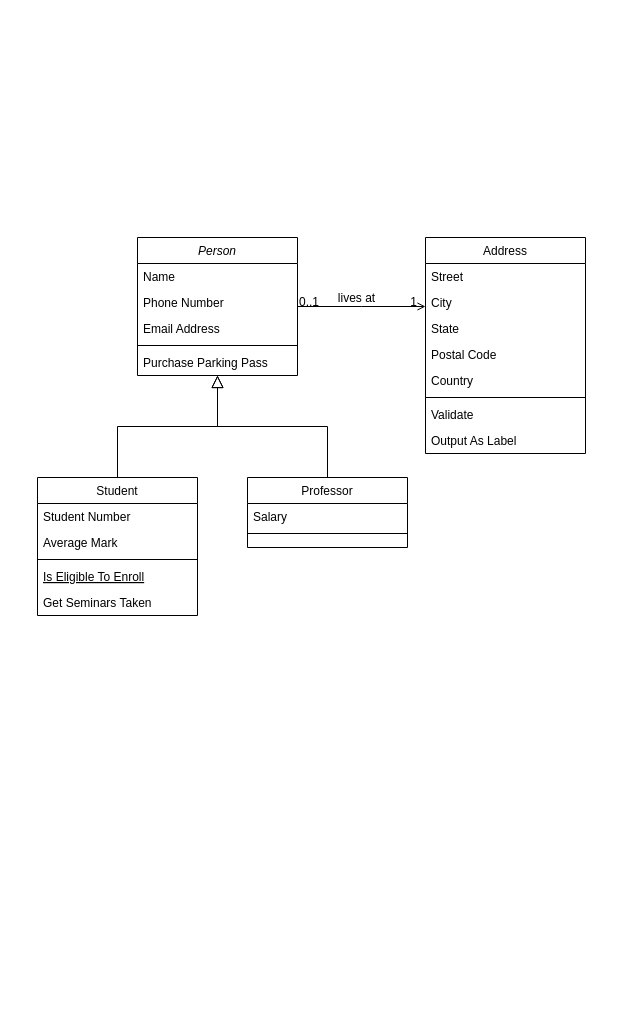
Earlier version of the draw.io diagram Диаграмма без названия.drawio (DaniilStelmak/tz3). Source tidied: cells renumbered, new cells numbered last; positions are measured from the earlier drawing's top-left corner, leaving out a move shared by most shapes. Both pictures are drawn from the tidied source at 100%, with x=0, y=0 at pixel (37, 237).
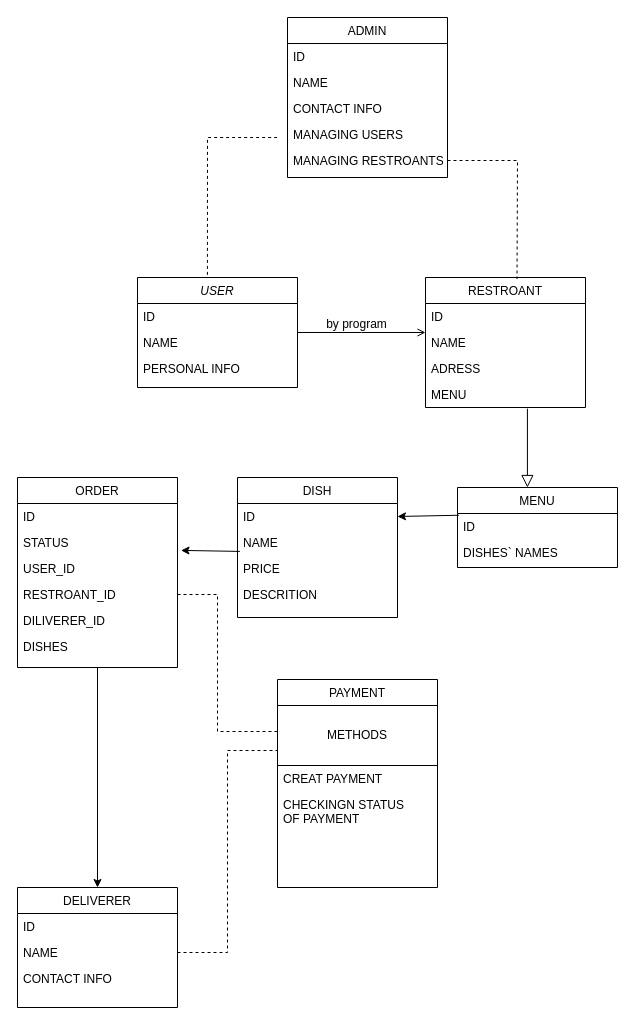
The same page after the edit.

The change refers to these unchanged cells:
```xml
<mxCell id="28" style="endArrow=open;shadow=0;strokeWidth=1;rounded=0;curved=0;endFill=1;edgeStyle=elbowEdgeStyle;elbow=vertical;" parent="1" edge="1" source="2" target="19">
  <mxGeometry x="0.5" y="41" relative="1" as="geometry">
    <mxPoint x="-40" y="32" as="offset" />
  </mxGeometry>
</mxCell>
```

Change to the diagram source:
```diff
@@
-    <mxCell id="2" value="Person" style="swimlane;fontStyle=2;align=center;verticalAlign=top;horizontal=1;startSize=26;rounded=0;shadow=0;strokeWidth=1;" parent="1" vertex="1">
-      <mxGeometry x="100" width="160" height="138" as="geometry" />
+    <mxCell id="2" value="USER" style="swimlane;fontStyle=2;align=center;verticalAlign=top;horizontal=1;startSize=26;rounded=0;shadow=0;strokeWidth=1;" parent="1" vertex="1">
+      <mxGeometry x="100" y="40" width="160" height="110" as="geometry" />
     </mxCell>
-    <mxCell id="3" value="Name" style="text;align=left;verticalAlign=top;spacingLeft=4;spacingRight=4;overflow=hidden;" parent="2" vertex="1">
+    <mxCell id="3" value="ID" style="text;align=left;verticalAlign=top;spacingLeft=4;spacingRight=4;overflow=hidden;" parent="2" vertex="1">
       <mxGeometry y="26" width="160" height="26" as="geometry" />
     </mxCell>
-    <mxCell id="4" value="Phone Number" style="text;align=left;verticalAlign=top;spacingLeft=4;spacingRight=4;overflow=hidden;rounded=0;shadow=0;html=0;" parent="2" vertex="1">
+    <mxCell id="4" value="NAME" style="text;align=left;verticalAlign=top;spacingLeft=4;spacingRight=4;overflow=hidden;rounded=0;shadow=0;html=0;" parent="2" vertex="1">
       <mxGeometry y="52" width="160" height="26" as="geometry" />
     </mxCell>
-    <mxCell id="5" value="Email Address" style="text;align=left;verticalAlign=top;spacingLeft=4;spacingRight=4;overflow=hidden;rounded=0;shadow=0;html=0;" parent="2" vertex="1">
+    <mxCell id="5" value="PERSONAL INFO" style="text;align=left;verticalAlign=top;spacingLeft=4;spacingRight=4;overflow=hidden;rounded=0;shadow=0;html=0;" parent="2" vertex="1">
       <mxGeometry y="78" width="160" height="26" as="geometry" />
     </mxCell>
-    <mxCell id="6" style="line;html=1;strokeWidth=1;align=left;verticalAlign=middle;spacingTop=-1;spacingLeft=3;spacingRight=3;labelPosition=right;" parent="2" vertex="1">
-      <mxGeometry y="104" width="160" height="8" as="geometry" />
-    </mxCell>
-    <mxCell id="7" value="Purchase Parking Pass" style="text;align=left;verticalAlign=top;spacingLeft=4;spacingRight=4;overflow=hidden;" parent="2" vertex="1">
-      <mxGeometry y="112" width="160" height="26" as="geometry" />
-    </mxCell>
-    <mxCell id="8" value="Student" style="swimlane;fontStyle=0;align=center;verticalAlign=top;horizontal=1;startSize=26;rounded=0;shadow=0;strokeWidth=1;" parent="1" vertex="1">
-      <mxGeometry y="240" width="160" height="138" as="geometry" />
+    <mxCell id="8" value="MENU" style="swimlane;fontStyle=0;align=center;verticalAlign=top;horizontal=1;startSize=26;rounded=0;shadow=0;strokeWidth=1;" parent="1" vertex="1">
+      <mxGeometry x="420" y="250" width="160" height="80" as="geometry" />
     </mxCell>
-    <mxCell id="9" value="Student Number" style="text;align=left;verticalAlign=top;spacingLeft=4;spacingRight=4;overflow=hidden;points=[[0,0.5],[1,0.5]];portConstraint=eastwest;" parent="8" vertex="1">
+    <mxCell id="9" value="ID" style="text;align=left;verticalAlign=top;spacingLeft=4;spacingRight=4;overflow=hidden;points=[[0,0.5],[1,0.5]];portConstraint=eastwest;" parent="8" vertex="1">
       <mxGeometry y="26" width="160" height="26" as="geometry" />
     </mxCell>
-    <mxCell id="10" value="Average Mark" style="text;align=left;verticalAlign=top;spacingLeft=4;spacingRight=4;overflow=hidden;rounded=0;shadow=0;html=0;" parent="8" vertex="1">
+    <mxCell id="10" value="DISHES` NAMES" style="text;align=left;verticalAlign=top;spacingLeft=4;spacingRight=4;overflow=hidden;rounded=0;shadow=0;html=0;" parent="8" vertex="1">
       <mxGeometry y="52" width="160" height="26" as="geometry" />
     </mxCell>
-    <mxCell id="11" style="line;html=1;strokeWidth=1;align=left;verticalAlign=middle;spacingTop=-1;spacingLeft=3;spacingRight=3;labelPosition=right;" parent="8" vertex="1">
-      <mxGeometry y="78" width="160" height="8" as="geometry" />
-    </mxCell>
-    <mxCell id="12" value="Is Eligible To Enroll" style="text;align=left;verticalAlign=top;spacingLeft=4;spacingRight=4;overflow=hidden;fontStyle=4;" parent="8" vertex="1">
-      <mxGeometry y="86" width="160" height="26" as="geometry" />
-    </mxCell>
-    <mxCell id="13" value="Get Seminars Taken" style="text;align=left;verticalAlign=top;spacingLeft=4;spacingRight=4;overflow=hidden;" parent="8" vertex="1">
-      <mxGeometry y="112" width="160" height="26" as="geometry" />
-    </mxCell>
-    <mxCell id="14" style="endArrow=block;endSize=10;endFill=0;shadow=0;strokeWidth=1;rounded=0;curved=0;edgeStyle=elbowEdgeStyle;elbow=vertical;" parent="1" edge="1" source="8" target="2">
-      <mxGeometry relative="1" as="geometry" />
+    <mxCell id="14" style="endArrow=block;endSize=10;endFill=0;shadow=0;strokeWidth=1;rounded=0;curved=0;edgeStyle=elbowEdgeStyle;elbow=vertical;exitX=0.637;exitY=1.045;exitDx=0;exitDy=0;exitPerimeter=0;" parent="1" edge="1" source="23">
+      <mxGeometry relative="1" as="geometry">
+        <mxPoint x="490" y="250" as="targetPoint" />
+        <Array as="points">
+          <mxPoint x="490" y="250" />
+        </Array>
+      </mxGeometry>
     </mxCell>
-    <mxCell id="15" value="Professor" style="swimlane;fontStyle=0;align=center;verticalAlign=top;horizontal=1;startSize=26;rounded=0;shadow=0;strokeWidth=1;" parent="1" vertex="1">
-      <mxGeometry x="210" y="240" width="160" height="70" as="geometry" />
+    <mxCell id="15" value="DISH" style="swimlane;fontStyle=0;align=center;verticalAlign=top;horizontal=1;startSize=26;rounded=0;shadow=0;strokeWidth=1;" parent="1" vertex="1">
+      <mxGeometry x="200" y="240" width="160" height="140" as="geometry" />
     </mxCell>
-    <mxCell id="16" value="Salary" style="text;align=left;verticalAlign=top;spacingLeft=4;spacingRight=4;overflow=hidden;points=[[0,0.5],[1,0.5]];portConstraint=eastwest;" parent="15" vertex="1">
+    <mxCell id="16" value="ID" style="text;align=left;verticalAlign=top;spacingLeft=4;spacingRight=4;overflow=hidden;points=[[0,0.5],[1,0.5]];portConstraint=eastwest;" parent="15" vertex="1">
       <mxGeometry y="26" width="160" height="26" as="geometry" />
     </mxCell>
-    <mxCell id="17" style="line;html=1;strokeWidth=1;align=left;verticalAlign=middle;spacingTop=-1;spacingLeft=3;spacingRight=3;labelPosition=right;" parent="15" vertex="1">
-      <mxGeometry y="52" width="160" height="8" as="geometry" />
-    </mxCell>
-    <mxCell id="18" style="endArrow=block;endSize=10;endFill=0;shadow=0;strokeWidth=1;rounded=0;curved=0;edgeStyle=elbowEdgeStyle;elbow=vertical;" parent="1" edge="1" source="15" target="2">
-      <mxGeometry relative="1" as="geometry" />
-    </mxCell>
+    <mxCell id="32" value="NAME" style="text;align=left;verticalAlign=top;spacingLeft=4;spacingRight=4;overflow=hidden;" parent="15" vertex="1">
+      <mxGeometry y="52" width="160" height="26" as="geometry" />
+    </mxCell>
+    <mxCell id="33" value="PRICE" style="text;align=left;verticalAlign=top;spacingLeft=4;spacingRight=4;overflow=hidden;points=[[0,0.5],[1,0.5]];portConstraint=eastwest;" parent="15" vertex="1">
+      <mxGeometry y="78" width="160" height="26" as="geometry" />
+    </mxCell>
+    <mxCell id="34" value="DESCRITION" style="text;align=left;verticalAlign=top;spacingLeft=4;spacingRight=4;overflow=hidden;" parent="15" vertex="1">
+      <mxGeometry y="104" width="160" height="26" as="geometry" />
+    </mxCell>
-    <mxCell id="19" value="Address" style="swimlane;fontStyle=0;align=center;verticalAlign=top;horizontal=1;startSize=26;rounded=0;shadow=0;strokeWidth=1;" parent="1" vertex="1">
-      <mxGeometry x="388" width="160" height="216" as="geometry" />
+    <mxCell id="19" value="RESTROANT" style="swimlane;fontStyle=0;align=center;verticalAlign=top;horizontal=1;startSize=26;rounded=0;shadow=0;strokeWidth=1;" parent="1" vertex="1">
+      <mxGeometry x="388" y="40" width="160" height="130" as="geometry" />
     </mxCell>
-    <mxCell id="20" value="Street" style="text;align=left;verticalAlign=top;spacingLeft=4;spacingRight=4;overflow=hidden;" parent="19" vertex="1">
+    <mxCell id="20" value="ID" style="text;align=left;verticalAlign=top;spacingLeft=4;spacingRight=4;overflow=hidden;" parent="19" vertex="1">
       <mxGeometry y="26" width="160" height="26" as="geometry" />
     </mxCell>
-    <mxCell id="21" value="City" style="text;align=left;verticalAlign=top;spacingLeft=4;spacingRight=4;overflow=hidden;rounded=0;shadow=0;html=0;" parent="19" vertex="1">
+    <mxCell id="21" value="NAME" style="text;align=left;verticalAlign=top;spacingLeft=4;spacingRight=4;overflow=hidden;rounded=0;shadow=0;html=0;" parent="19" vertex="1">
       <mxGeometry y="52" width="160" height="26" as="geometry" />
     </mxCell>
-    <mxCell id="22" value="State" style="text;align=left;verticalAlign=top;spacingLeft=4;spacingRight=4;overflow=hidden;rounded=0;shadow=0;html=0;" parent="19" vertex="1">
+    <mxCell id="22" value="ADRESS" style="text;align=left;verticalAlign=top;spacingLeft=4;spacingRight=4;overflow=hidden;rounded=0;shadow=0;html=0;" parent="19" vertex="1">
       <mxGeometry y="78" width="160" height="26" as="geometry" />
     </mxCell>
-    <mxCell id="23" value="Postal Code" style="text;align=left;verticalAlign=top;spacingLeft=4;spacingRight=4;overflow=hidden;points=[[0,0.5],[1,0.5]];portConstraint=eastwest;rounded=0;shadow=0;html=0;" parent="19" vertex="1">
+    <mxCell id="23" value="MENU" style="text;align=left;verticalAlign=top;spacingLeft=4;spacingRight=4;overflow=hidden;points=[[0,0.5],[1,0.5]];portConstraint=eastwest;rounded=0;shadow=0;html=0;" parent="19" vertex="1">
       <mxGeometry y="104" width="160" height="26" as="geometry" />
     </mxCell>
-    <mxCell id="24" value="Country" style="text;align=left;verticalAlign=top;spacingLeft=4;spacingRight=4;overflow=hidden;rounded=0;shadow=0;html=0;" parent="19" vertex="1">
-      <mxGeometry y="130" width="160" height="26" as="geometry" />
-    </mxCell>
-    <mxCell id="25" style="line;html=1;strokeWidth=1;align=left;verticalAlign=middle;spacingTop=-1;spacingLeft=3;spacingRight=3;labelPosition=right;" parent="19" vertex="1">
-      <mxGeometry y="156" width="160" height="8" as="geometry" />
-    </mxCell>
-    <mxCell id="26" value="Validate" style="text;align=left;verticalAlign=top;spacingLeft=4;spacingRight=4;overflow=hidden;" parent="19" vertex="1">
-      <mxGeometry y="164" width="160" height="26" as="geometry" />
-    </mxCell>
-    <mxCell id="27" value="Output As Label" style="text;align=left;verticalAlign=top;spacingLeft=4;spacingRight=4;overflow=hidden;" parent="19" vertex="1">
-      <mxGeometry y="190" width="160" height="26" as="geometry" />
-    </mxCell>
@@
-    <mxCell id="29" value="0..1" style="align=left;verticalAlign=bottom;labelBackgroundColor=none;fontSize=12;" parent="28" vertex="1">
-      <mxGeometry x="-1" relative="1" as="geometry">
-        <mxPoint y="4" as="offset" />
-      </mxGeometry>
-    </mxCell>
-    <mxCell id="30" value="1" style="align=right;verticalAlign=bottom;labelBackgroundColor=none;fontSize=12;" parent="28" vertex="1">
-      <mxGeometry x="1" relative="1" as="geometry">
-        <mxPoint x="-7" y="4" as="offset" />
-      </mxGeometry>
-    </mxCell>
-    <mxCell id="31" value="lives at" style="text;html=1;align=center;verticalAlign=middle;labelBackgroundColor=none;rounded=0;shadow=0;strokeWidth=1;fontSize=12;" parent="28" vertex="1">
+    <mxCell id="31" value="by program" style="text;html=1;align=center;verticalAlign=middle;labelBackgroundColor=none;rounded=0;shadow=0;strokeWidth=1;fontSize=12;" parent="28" vertex="1">
       <mxGeometry x="0.5" y="49" relative="1" as="geometry">
         <mxPoint x="-38" y="40" as="offset" />
       </mxGeometry>
     </mxCell>
+    <mxCell id="35" style="endArrow=classic;html=1;rounded=0;entryX=1;entryY=0.5;entryDx=0;entryDy=0;exitX=0.009;exitY=0.067;exitDx=0;exitDy=0;exitPerimeter=0;" parent="1" edge="1" source="9" target="16">
+      <mxGeometry relative="1" as="geometry" />
+    </mxCell>
+    <mxCell id="36" value="ORDER" style="swimlane;fontStyle=0;align=center;verticalAlign=top;horizontal=1;startSize=26;rounded=0;shadow=0;strokeWidth=1;" parent="1" vertex="1">
+      <mxGeometry x="-20" y="240" width="160" height="190" as="geometry" />
+    </mxCell>
+    <mxCell id="37" value="ID" style="text;align=left;verticalAlign=top;spacingLeft=4;spacingRight=4;overflow=hidden;" parent="36" vertex="1">
+      <mxGeometry y="26" width="160" height="26" as="geometry" />
+    </mxCell>
+    <mxCell id="38" value="STATUS" style="text;align=left;verticalAlign=top;spacingLeft=4;spacingRight=4;overflow=hidden;points=[[0,0.5],[1,0.5]];portConstraint=eastwest;" parent="36" vertex="1">
+      <mxGeometry y="52" width="160" height="26" as="geometry" />
+    </mxCell>
+    <mxCell id="39" value="USER_ID" style="text;align=left;verticalAlign=top;spacingLeft=4;spacingRight=4;overflow=hidden;" parent="36" vertex="1">
+      <mxGeometry y="78" width="160" height="26" as="geometry" />
+    </mxCell>
+    <mxCell id="40" value="RESTROANT_ID" style="text;align=left;verticalAlign=top;spacingLeft=4;spacingRight=4;overflow=hidden;points=[[0,0.5],[1,0.5]];portConstraint=eastwest;" parent="36" vertex="1">
+      <mxGeometry y="104" width="160" height="26" as="geometry" />
+    </mxCell>
+    <mxCell id="41" value="DILIVERER_ID" style="text;align=left;verticalAlign=top;spacingLeft=4;spacingRight=4;overflow=hidden;" parent="36" vertex="1">
+      <mxGeometry y="130" width="160" height="26" as="geometry" />
+    </mxCell>
+    <mxCell id="42" value="DISHES" style="text;align=left;verticalAlign=top;spacingLeft=4;spacingRight=4;overflow=hidden;" parent="36" vertex="1">
+      <mxGeometry y="156" width="160" height="26" as="geometry" />
+    </mxCell>
+    <mxCell id="43" style="endArrow=classic;html=1;rounded=0;entryX=1.022;entryY=0.804;entryDx=0;entryDy=0;entryPerimeter=0;exitX=0.015;exitY=-0.157;exitDx=0;exitDy=0;exitPerimeter=0;" parent="1" edge="1" source="33" target="38">
+      <mxGeometry relative="1" as="geometry" />
+    </mxCell>
+    <mxCell id="44" value="DELIVERER" style="swimlane;fontStyle=0;align=center;verticalAlign=top;horizontal=1;startSize=26;rounded=0;shadow=0;strokeWidth=1;" parent="1" vertex="1">
+      <mxGeometry x="-20" y="650" width="160" height="120" as="geometry" />
+    </mxCell>
+    <mxCell id="45" value="ID" style="text;align=left;verticalAlign=top;spacingLeft=4;spacingRight=4;overflow=hidden;" parent="44" vertex="1">
+      <mxGeometry y="26" width="160" height="26" as="geometry" />
+    </mxCell>
+    <mxCell id="46" value="NAME" style="text;align=left;verticalAlign=top;spacingLeft=4;spacingRight=4;overflow=hidden;points=[[0,0.5],[1,0.5]];portConstraint=eastwest;" parent="44" vertex="1">
+      <mxGeometry y="52" width="160" height="26" as="geometry" />
+    </mxCell>
+    <mxCell id="47" value="CONTACT INFO" style="text;align=left;verticalAlign=top;spacingLeft=4;spacingRight=4;overflow=hidden;" parent="44" vertex="1">
+      <mxGeometry y="78" width="160" height="26" as="geometry" />
+    </mxCell>
+    <mxCell id="48" style="endArrow=classic;html=1;rounded=0;entryX=0.5;entryY=0;entryDx=0;entryDy=0;" parent="1" edge="1" target="44">
+      <mxGeometry relative="1" as="geometry">
+        <mxPoint x="60" y="430" as="sourcePoint" />
+      </mxGeometry>
+    </mxCell>
+    <mxCell id="49" value="ADMIN" style="swimlane;fontStyle=0;align=center;verticalAlign=top;horizontal=1;startSize=26;rounded=0;shadow=0;strokeWidth=1;" parent="1" vertex="1">
+      <mxGeometry x="250" y="-220" width="160" height="160" as="geometry" />
+    </mxCell>
+    <mxCell id="50" value="ID" style="text;align=left;verticalAlign=top;spacingLeft=4;spacingRight=4;overflow=hidden;" parent="49" vertex="1">
+      <mxGeometry y="26" width="160" height="26" as="geometry" />
+    </mxCell>
+    <mxCell id="51" value="NAME" style="text;align=left;verticalAlign=top;spacingLeft=4;spacingRight=4;overflow=hidden;" parent="49" vertex="1">
+      <mxGeometry y="52" width="160" height="26" as="geometry" />
+    </mxCell>
+    <mxCell id="52" value="CONTACT INFO" style="text;align=left;verticalAlign=top;spacingLeft=4;spacingRight=4;overflow=hidden;" parent="49" vertex="1">
+      <mxGeometry y="78" width="160" height="26" as="geometry" />
+    </mxCell>
+    <mxCell id="53" value="MANAGING USERS" style="text;align=left;verticalAlign=top;spacingLeft=4;spacingRight=4;overflow=hidden;" parent="49" vertex="1">
+      <mxGeometry y="104" width="160" height="26" as="geometry" />
+    </mxCell>
+    <mxCell id="54" value="MANAGING RESTROANTS" style="text;align=left;verticalAlign=top;spacingLeft=4;spacingRight=4;overflow=hidden;points=[[0,0.5],[1,0.5]];portConstraint=eastwest;" parent="49" vertex="1">
+      <mxGeometry y="130" width="160" height="26" as="geometry" />
+    </mxCell>
+    <mxCell id="55" style="endArrow=none;dashed=1;html=1;rounded=0;exitX=0.437;exitY=-0.024;exitDx=0;exitDy=0;exitPerimeter=0;" parent="1" edge="1" source="2">
+      <mxGeometry relative="1" as="geometry">
+        <mxPoint x="240" y="-100" as="targetPoint" />
+        <Array as="points">
+          <mxPoint x="170" y="-100" />
+        </Array>
+      </mxGeometry>
+    </mxCell>
+    <mxCell id="56" style="endArrow=none;dashed=1;html=1;rounded=0;entryX=0.572;entryY=0.012;entryDx=0;entryDy=0;exitX=1;exitY=0.5;exitDx=0;exitDy=0;entryPerimeter=0;" parent="1" edge="1" source="54" target="19">
+      <mxGeometry relative="1" as="geometry">
+        <Array as="points">
+          <mxPoint x="480" y="-77" />
+        </Array>
+      </mxGeometry>
+    </mxCell>
+    <mxCell id="57" value="PAYMENT" style="swimlane;fontStyle=0;align=center;verticalAlign=top;horizontal=1;startSize=26;rounded=0;shadow=0;strokeWidth=1;" parent="1" vertex="1">
+      <mxGeometry x="240" y="442" width="160" height="208" as="geometry" />
+    </mxCell>
+    <mxCell id="58" value="METHODS" style="rounded=0;whiteSpace=wrap;html=1;" parent="57" vertex="1">
+      <mxGeometry y="26" width="160" height="60" as="geometry" />
+    </mxCell>
+    <mxCell id="59" value="CREAT PAYMENT" style="text;align=left;verticalAlign=top;spacingLeft=4;spacingRight=4;overflow=hidden;" parent="57" vertex="1">
+      <mxGeometry y="86" width="160" height="26" as="geometry" />
+    </mxCell>
+    <mxCell id="60" value="CHECKINGN STATUS &#10;OF PAYMENT" style="text;align=left;verticalAlign=top;spacingLeft=4;spacingRight=4;overflow=hidden;" parent="57" vertex="1">
+      <mxGeometry y="112" width="160" height="48" as="geometry" />
+    </mxCell>
+    <mxCell id="61" style="endArrow=none;dashed=1;html=1;rounded=0;entryX=1;entryY=0.5;entryDx=0;entryDy=0;exitX=0;exitY=0.25;exitDx=0;exitDy=0;" parent="1" edge="1" source="57" target="40">
+      <mxGeometry relative="1" as="geometry">
+        <Array as="points">
+          <mxPoint x="180" y="494" />
+          <mxPoint x="180" y="357" />
+        </Array>
+      </mxGeometry>
+    </mxCell>
+    <mxCell id="62" style="endArrow=none;dashed=1;html=1;rounded=0;exitX=1;exitY=0.5;exitDx=0;exitDy=0;entryX=0;entryY=0.75;entryDx=0;entryDy=0;" parent="1" edge="1" source="46" target="58">
+      <mxGeometry relative="1" as="geometry">
+        <Array as="points">
+          <mxPoint x="190" y="715" />
+          <mxPoint x="190" y="513" />
+        </Array>
+      </mxGeometry>
+    </mxCell>
```
